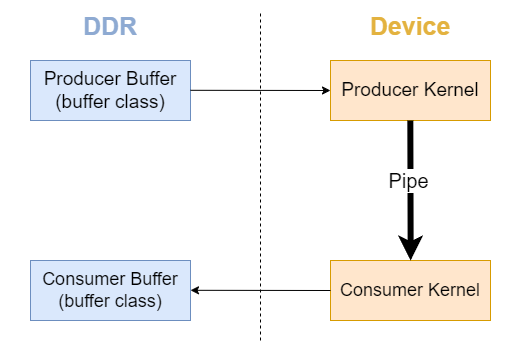
Above: doc/img/pipes_model.png in bspena/Comunications-Mechanisms-Comparison-on-FPGA (draw.io), before the change. Source tidied: cells renumbered, new cells last; positions are measured from the earlier drawing's top-left corner, leaving out a move shared by most shapes.
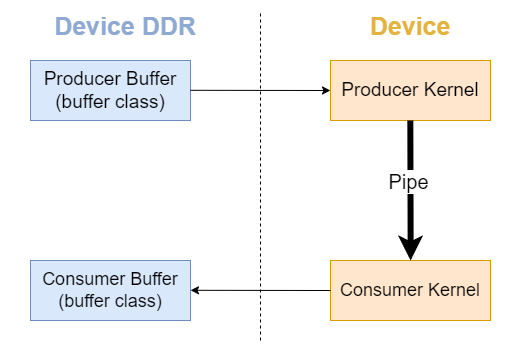
After the commit.

The edit, as a diff of the source:
```diff
@@ -46,8 +46,8 @@
         <mxPoint x="260" y="10" as="targetPoint" />
       </mxGeometry>
     </mxCell>
-    <mxCell id="12" value="DDR" style="text;html=1;align=center;verticalAlign=middle;whiteSpace=wrap;rounded=0;fontStyle=1;strokeWidth=1;fontSize=25;fontColor=#8eaad2;textShadow=0;labelBorderColor=none;strokeColor=none;fillColor=none;" parent="1" vertex="1">
-      <mxGeometry x="50" y="10" width="120" height="30" as="geometry" />
+    <mxCell id="12" value="Device DDR" style="text;html=1;align=center;verticalAlign=middle;whiteSpace=wrap;rounded=0;fontStyle=1;strokeWidth=1;fontSize=25;fontColor=#8eaad2;textShadow=0;labelBorderColor=none;strokeColor=none;fillColor=none;" parent="1" vertex="1">
+      <mxGeometry x="50" y="10" width="150" height="30" as="geometry" />
     </mxCell>
     <mxCell id="13" value="Device" style="text;html=1;align=center;verticalAlign=middle;whiteSpace=wrap;rounded=0;fontStyle=1;strokeWidth=8;fontSize=25;fontColor=#e3b23f;" parent="1" vertex="1">
       <mxGeometry x="350" y="10" width="120" height="30" as="geometry" />
```
